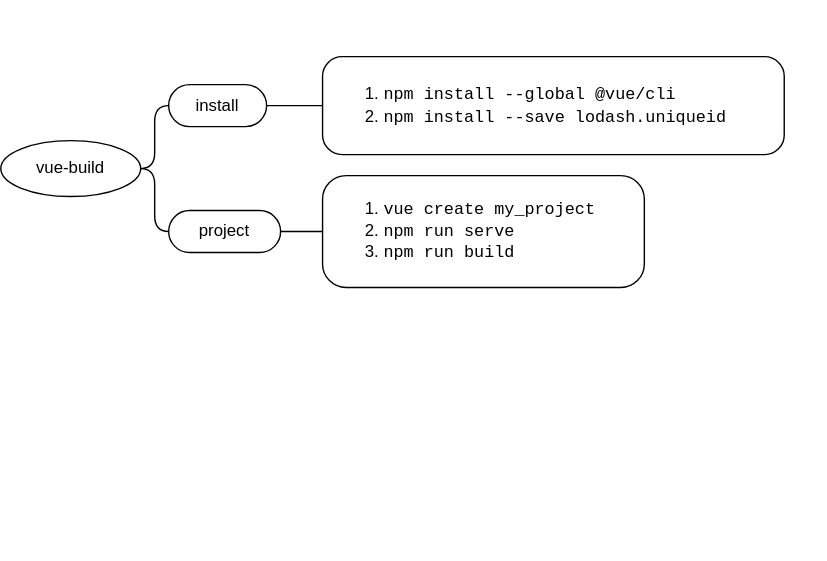
Above: languages/javascript/vue/vue-build.drawio.svg in yangdj/tf_docs (draw.io), before the change. Source tidied: cells renumbered, new cells last; positions are measured from the earlier drawing's top-left corner, leaving out a move shared by most shapes. The source it was exported from:
```xml
<mxGraphModel>
  <root>
    <mxCell id="0" />
    <mxCell id="1" parent="0" />
    <mxCell id="2" style="swimlane;html=1;startSize=20;horizontal=1;containerType=tree;strokeColor=none;fillColor=none;" parent="1" vertex="1">
      <mxGeometry width="590" height="400" as="geometry" />
    </mxCell>
    <mxCell id="3" style="edgeStyle=entityRelationEdgeStyle;startArrow=none;endArrow=none;segment=10;curved=1;" parent="2" edge="1" source="4" target="5">
      <mxGeometry relative="1" as="geometry" />
    </mxCell>
    <mxCell id="4" value="vue-build" style="ellipse;whiteSpace=wrap;html=1;align=center;newEdgeStyle={&quot;edgeStyle&quot;:&quot;entityRelationEdgeStyle&quot;,&quot;startArrow&quot;:&quot;none&quot;,&quot;endArrow&quot;:&quot;none&quot;,&quot;segment&quot;:10,&quot;curved&quot;:1};" parent="2" vertex="1">
      <mxGeometry y="100" width="100" height="40" as="geometry" />
    </mxCell>
    <mxCell id="5" value="install" style="whiteSpace=wrap;html=1;rounded=1;arcSize=50;align=center;verticalAlign=middle;strokeWidth=1;spacing=4;newEdgeStyle={&quot;edgeStyle&quot;:&quot;entityRelationEdgeStyle&quot;,&quot;startArrow&quot;:&quot;none&quot;,&quot;endArrow&quot;:&quot;none&quot;,&quot;segment&quot;:10,&quot;curved&quot;:1};" parent="2" vertex="1">
      <mxGeometry x="120" y="60" width="70" height="30" as="geometry" />
    </mxCell>
    <mxCell id="6" style="edgeStyle=entityRelationEdgeStyle;startArrow=none;endArrow=none;segment=10;curved=1;" parent="2" edge="1" source="5" target="7">
      <mxGeometry relative="1" as="geometry" />
    </mxCell>
    <mxCell id="7" value="&lt;ol&gt;&lt;li&gt;&lt;font face=&quot;Courier New&quot;&gt;npm install --global @vue/cli&lt;/font&gt;&lt;/li&gt;&lt;li&gt;&lt;font face=&quot;Courier New&quot;&gt;npm install --save lodash.uniqueid&lt;/font&gt;&lt;/li&gt;&lt;/ol&gt;" style="whiteSpace=wrap;html=1;rounded=1;arcSize=20;align=left;verticalAlign=middle;strokeWidth=1;spacing=4;newEdgeStyle={&quot;edgeStyle&quot;:&quot;entityRelationEdgeStyle&quot;,&quot;startArrow&quot;:&quot;none&quot;,&quot;endArrow&quot;:&quot;none&quot;,&quot;segment&quot;:10,&quot;curved&quot;:1};" parent="2" vertex="1">
      <mxGeometry x="230" y="40" width="330" height="70" as="geometry" />
    </mxCell>
    <mxCell id="8" style="edgeStyle=entityRelationEdgeStyle;startArrow=none;endArrow=none;segment=10;curved=1;" parent="2" edge="1" source="4" target="9">
      <mxGeometry relative="1" as="geometry" />
    </mxCell>
    <mxCell id="9" value="project" style="whiteSpace=wrap;html=1;rounded=1;arcSize=50;align=center;verticalAlign=middle;strokeWidth=1;spacing=4;newEdgeStyle={&quot;edgeStyle&quot;:&quot;entityRelationEdgeStyle&quot;,&quot;startArrow&quot;:&quot;none&quot;,&quot;endArrow&quot;:&quot;none&quot;,&quot;segment&quot;:10,&quot;curved&quot;:1};" parent="2" vertex="1">
      <mxGeometry x="120" y="150" width="80" height="30" as="geometry" />
    </mxCell>
    <mxCell id="10" style="edgeStyle=entityRelationEdgeStyle;startArrow=none;endArrow=none;segment=10;curved=1;" parent="2" edge="1" source="9" target="11">
      <mxGeometry relative="1" as="geometry" />
    </mxCell>
    <mxCell id="11" value="&lt;ol&gt;&lt;li&gt;&lt;font face=&quot;Courier New&quot;&gt;vue create my_project&lt;/font&gt;&lt;/li&gt;&lt;li&gt;&lt;font face=&quot;Courier New&quot;&gt;npm run serve&lt;/font&gt;&lt;/li&gt;&lt;li&gt;&lt;font face=&quot;Courier New&quot;&gt;npm run build&lt;/font&gt;&lt;/li&gt;&lt;/ol&gt;" style="whiteSpace=wrap;html=1;rounded=1;arcSize=21;align=left;verticalAlign=middle;strokeWidth=1;spacing=4;newEdgeStyle={&quot;edgeStyle&quot;:&quot;entityRelationEdgeStyle&quot;,&quot;startArrow&quot;:&quot;none&quot;,&quot;endArrow&quot;:&quot;none&quot;,&quot;segment&quot;:10,&quot;curved&quot;:1};" parent="2" vertex="1">
      <mxGeometry x="230" y="125" width="230" height="80" as="geometry" />
    </mxCell>
  </root>
</mxGraphModel>
```
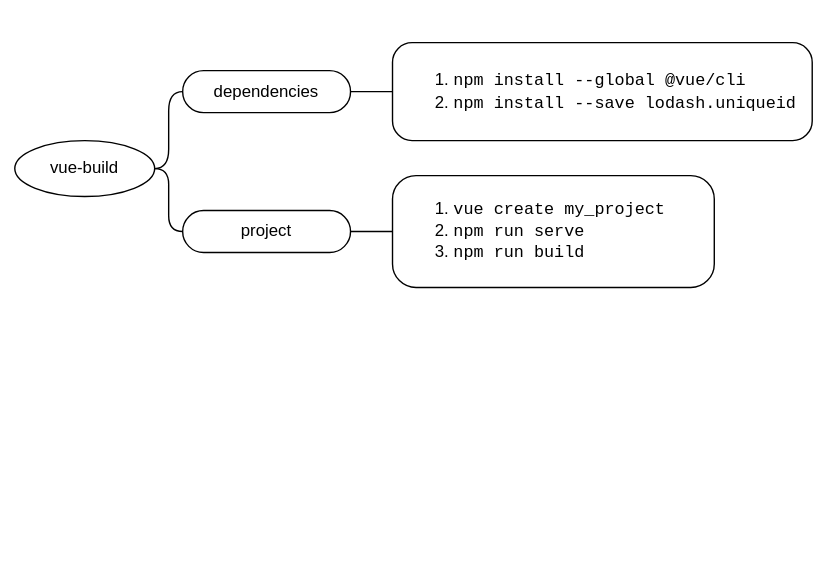
The same file after the commit.

Change to the diagram source:
```diff
@@ -9,28 +9,28 @@
       <mxGeometry relative="1" as="geometry" />
     </mxCell>
     <mxCell id="4" value="vue-build" style="ellipse;whiteSpace=wrap;html=1;align=center;newEdgeStyle={&quot;edgeStyle&quot;:&quot;entityRelationEdgeStyle&quot;,&quot;startArrow&quot;:&quot;none&quot;,&quot;endArrow&quot;:&quot;none&quot;,&quot;segment&quot;:10,&quot;curved&quot;:1};" parent="2" vertex="1">
-      <mxGeometry y="100" width="100" height="40" as="geometry" />
+      <mxGeometry x="10" y="100" width="100" height="40" as="geometry" />
     </mxCell>
-    <mxCell id="5" value="install" style="whiteSpace=wrap;html=1;rounded=1;arcSize=50;align=center;verticalAlign=middle;strokeWidth=1;spacing=4;newEdgeStyle={&quot;edgeStyle&quot;:&quot;entityRelationEdgeStyle&quot;,&quot;startArrow&quot;:&quot;none&quot;,&quot;endArrow&quot;:&quot;none&quot;,&quot;segment&quot;:10,&quot;curved&quot;:1};" parent="2" vertex="1">
-      <mxGeometry x="120" y="60" width="70" height="30" as="geometry" />
+    <mxCell id="5" value="dependencies" style="whiteSpace=wrap;html=1;rounded=1;arcSize=50;align=center;verticalAlign=middle;strokeWidth=1;spacing=4;newEdgeStyle={&quot;edgeStyle&quot;:&quot;entityRelationEdgeStyle&quot;,&quot;startArrow&quot;:&quot;none&quot;,&quot;endArrow&quot;:&quot;none&quot;,&quot;segment&quot;:10,&quot;curved&quot;:1};" parent="2" vertex="1">
+      <mxGeometry x="130" y="50" width="120" height="30" as="geometry" />
     </mxCell>
     <mxCell id="6" style="edgeStyle=entityRelationEdgeStyle;startArrow=none;endArrow=none;segment=10;curved=1;" parent="2" edge="1" source="5" target="7">
       <mxGeometry relative="1" as="geometry" />
     </mxCell>
     <mxCell id="7" value="&lt;ol&gt;&lt;li&gt;&lt;font face=&quot;Courier New&quot;&gt;npm install --global @vue/cli&lt;/font&gt;&lt;/li&gt;&lt;li&gt;&lt;font face=&quot;Courier New&quot;&gt;npm install --save lodash.uniqueid&lt;/font&gt;&lt;/li&gt;&lt;/ol&gt;" style="whiteSpace=wrap;html=1;rounded=1;arcSize=20;align=left;verticalAlign=middle;strokeWidth=1;spacing=4;newEdgeStyle={&quot;edgeStyle&quot;:&quot;entityRelationEdgeStyle&quot;,&quot;startArrow&quot;:&quot;none&quot;,&quot;endArrow&quot;:&quot;none&quot;,&quot;segment&quot;:10,&quot;curved&quot;:1};" parent="2" vertex="1">
-      <mxGeometry x="230" y="40" width="330" height="70" as="geometry" />
+      <mxGeometry x="280" y="30" width="300" height="70" as="geometry" />
     </mxCell>
     <mxCell id="8" style="edgeStyle=entityRelationEdgeStyle;startArrow=none;endArrow=none;segment=10;curved=1;" parent="2" edge="1" source="4" target="9">
       <mxGeometry relative="1" as="geometry" />
     </mxCell>
     <mxCell id="9" value="project" style="whiteSpace=wrap;html=1;rounded=1;arcSize=50;align=center;verticalAlign=middle;strokeWidth=1;spacing=4;newEdgeStyle={&quot;edgeStyle&quot;:&quot;entityRelationEdgeStyle&quot;,&quot;startArrow&quot;:&quot;none&quot;,&quot;endArrow&quot;:&quot;none&quot;,&quot;segment&quot;:10,&quot;curved&quot;:1};" parent="2" vertex="1">
-      <mxGeometry x="120" y="150" width="80" height="30" as="geometry" />
+      <mxGeometry x="130" y="150" width="120" height="30" as="geometry" />
     </mxCell>
     <mxCell id="10" style="edgeStyle=entityRelationEdgeStyle;startArrow=none;endArrow=none;segment=10;curved=1;" parent="2" edge="1" source="9" target="11">
       <mxGeometry relative="1" as="geometry" />
     </mxCell>
     <mxCell id="11" value="&lt;ol&gt;&lt;li&gt;&lt;font face=&quot;Courier New&quot;&gt;vue create my_project&lt;/font&gt;&lt;/li&gt;&lt;li&gt;&lt;font face=&quot;Courier New&quot;&gt;npm run serve&lt;/font&gt;&lt;/li&gt;&lt;li&gt;&lt;font face=&quot;Courier New&quot;&gt;npm run build&lt;/font&gt;&lt;/li&gt;&lt;/ol&gt;" style="whiteSpace=wrap;html=1;rounded=1;arcSize=21;align=left;verticalAlign=middle;strokeWidth=1;spacing=4;newEdgeStyle={&quot;edgeStyle&quot;:&quot;entityRelationEdgeStyle&quot;,&quot;startArrow&quot;:&quot;none&quot;,&quot;endArrow&quot;:&quot;none&quot;,&quot;segment&quot;:10,&quot;curved&quot;:1};" parent="2" vertex="1">
-      <mxGeometry x="230" y="125" width="230" height="80" as="geometry" />
+      <mxGeometry x="280" y="125" width="230" height="80" as="geometry" />
     </mxCell>
   </root>
 </mxGraphModel>
```
